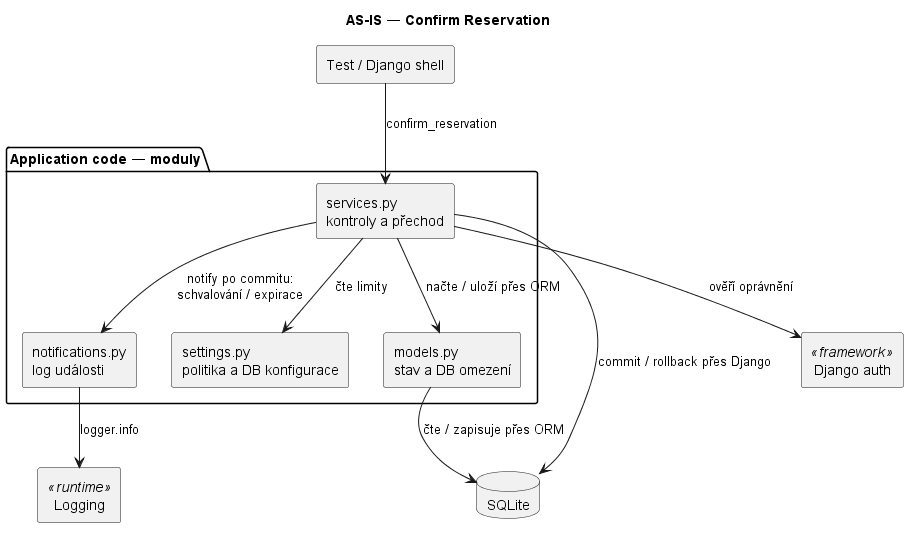
Earlier version of the PlantUML export docs/c03-diagrams/as-is-confirm-reservation.png (jn-flk/SWI).
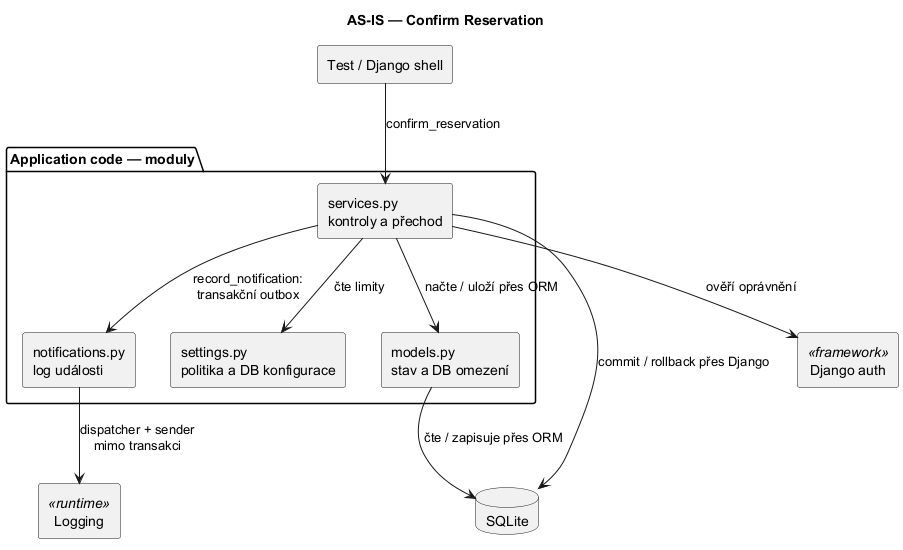
The same file after the commit.

What changed in the source:
```diff
@@ -22,7 +22,7 @@
 Services --> Auth : ověří oprávnění
 Models --> DB : čte / zapisuje přes ORM
 Services --> DB : commit / rollback přes Django
-Services --> Notifications : notify po commitu:\nschvalování / expirace
-Notifications --> Log : logger.info
+Services --> Notifications : record_notification:\ntransakční outbox
+Notifications --> Log : dispatcher + sender\nmimo transakci
 
 @enduml
```
